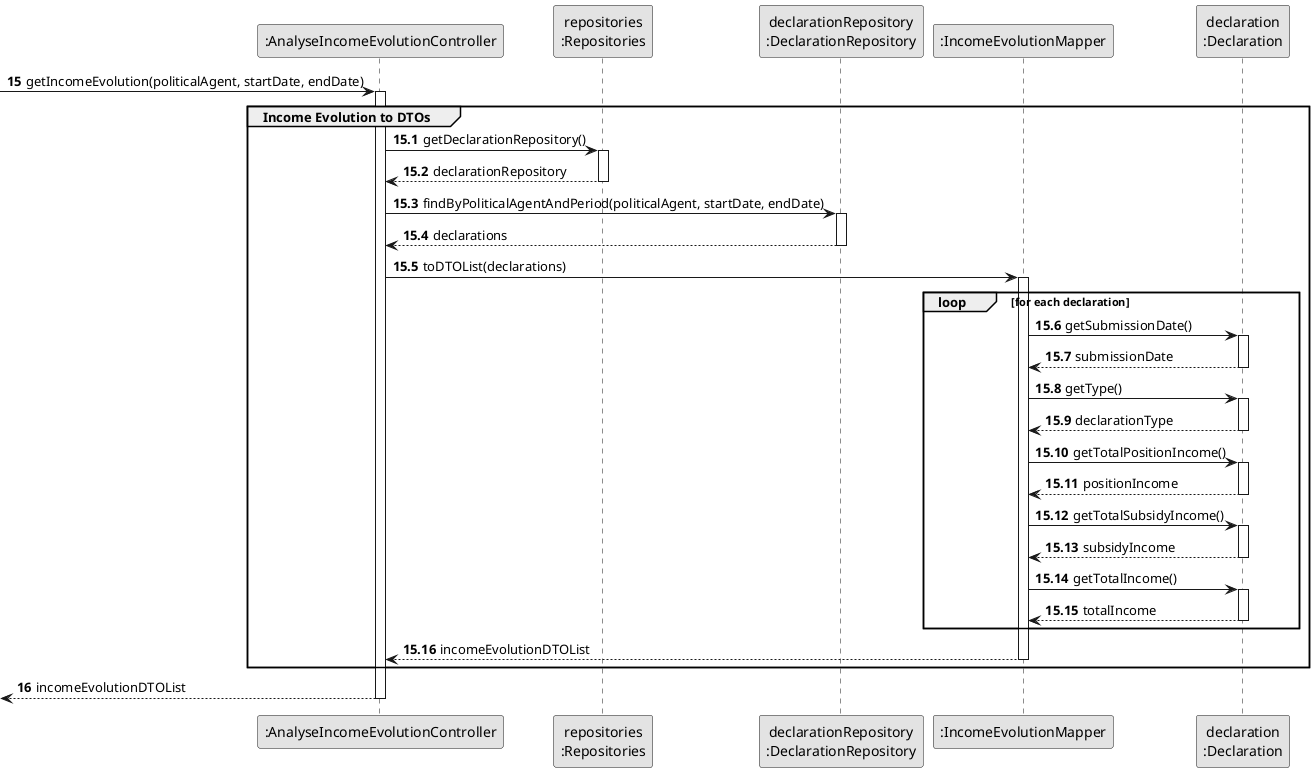
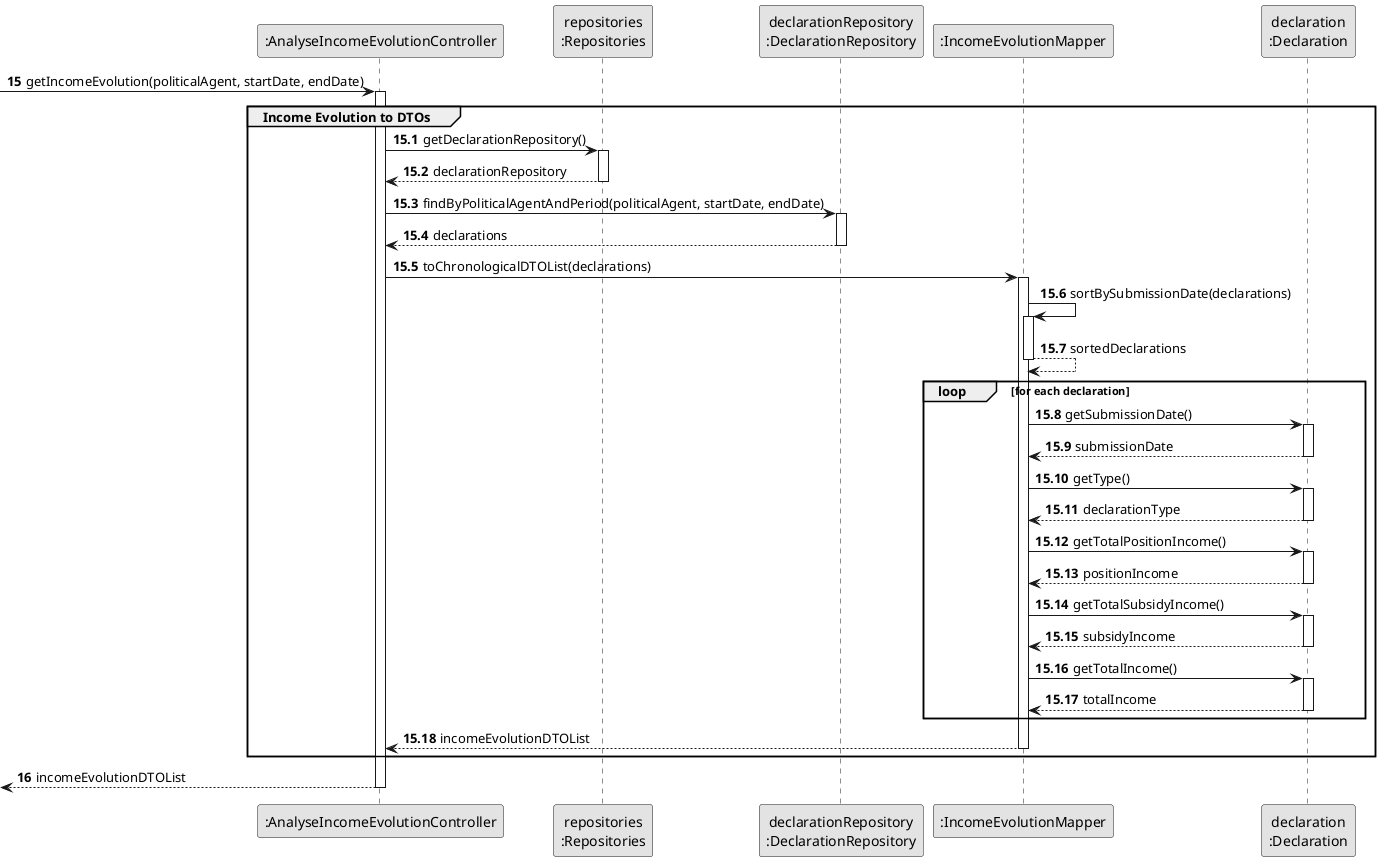
@startuml US010-SD-partial-income-evolution-to-dtos
skinparam monochrome true
skinparam packageStyle rectangle
skinparam shadowing false

participant ":AnalyseIncomeEvolutionController" as CTRL
participant "repositories\n:Repositories" as REPOS_SINGLETON
participant "declarationRepository\n:DeclarationRepository" as DECL_REPO
participant ":IncomeEvolutionMapper" as INC_MAPPER
participant "declaration\n:Declaration" as DECL

autonumber 15
-> CTRL : getIncomeEvolution(politicalAgent, startDate, endDate)

autonumber 15.1
activate CTRL

    group Income Evolution to DTOs

        CTRL -> REPOS_SINGLETON : getDeclarationRepository()
        activate REPOS_SINGLETON
            REPOS_SINGLETON --> CTRL : declarationRepository
        deactivate REPOS_SINGLETON

        CTRL -> DECL_REPO : findByPoliticalAgentAndPeriod(politicalAgent, startDate, endDate)
        activate DECL_REPO
            DECL_REPO --> CTRL : declarations
        deactivate DECL_REPO

-         CTRL -> INC_MAPPER : toDTOList(declarations)
+         CTRL -> INC_MAPPER : toChronologicalDTOList(declarations)
        activate INC_MAPPER
+ 
+             INC_MAPPER -> INC_MAPPER : sortBySubmissionDate(declarations)
+             activate INC_MAPPER
+                 INC_MAPPER --> INC_MAPPER : sortedDeclarations
+             deactivate INC_MAPPER

            loop for each declaration
                INC_MAPPER -> DECL : getSubmissionDate()
                activate DECL
                    DECL --> INC_MAPPER : submissionDate
                deactivate DECL

                INC_MAPPER -> DECL : getType()
                activate DECL
                    DECL --> INC_MAPPER : declarationType
                deactivate DECL

                INC_MAPPER -> DECL : getTotalPositionIncome()
                activate DECL
                    DECL --> INC_MAPPER : positionIncome
                deactivate DECL

                INC_MAPPER -> DECL : getTotalSubsidyIncome()
                activate DECL
                    DECL --> INC_MAPPER : subsidyIncome
                deactivate DECL

                INC_MAPPER -> DECL : getTotalIncome()
                activate DECL
                    DECL --> INC_MAPPER : totalIncome
                deactivate DECL
            end

            INC_MAPPER --> CTRL : incomeEvolutionDTOList
        deactivate INC_MAPPER

    end

    autonumber 16
    <-- CTRL : incomeEvolutionDTOList

deactivate CTRL

@enduml